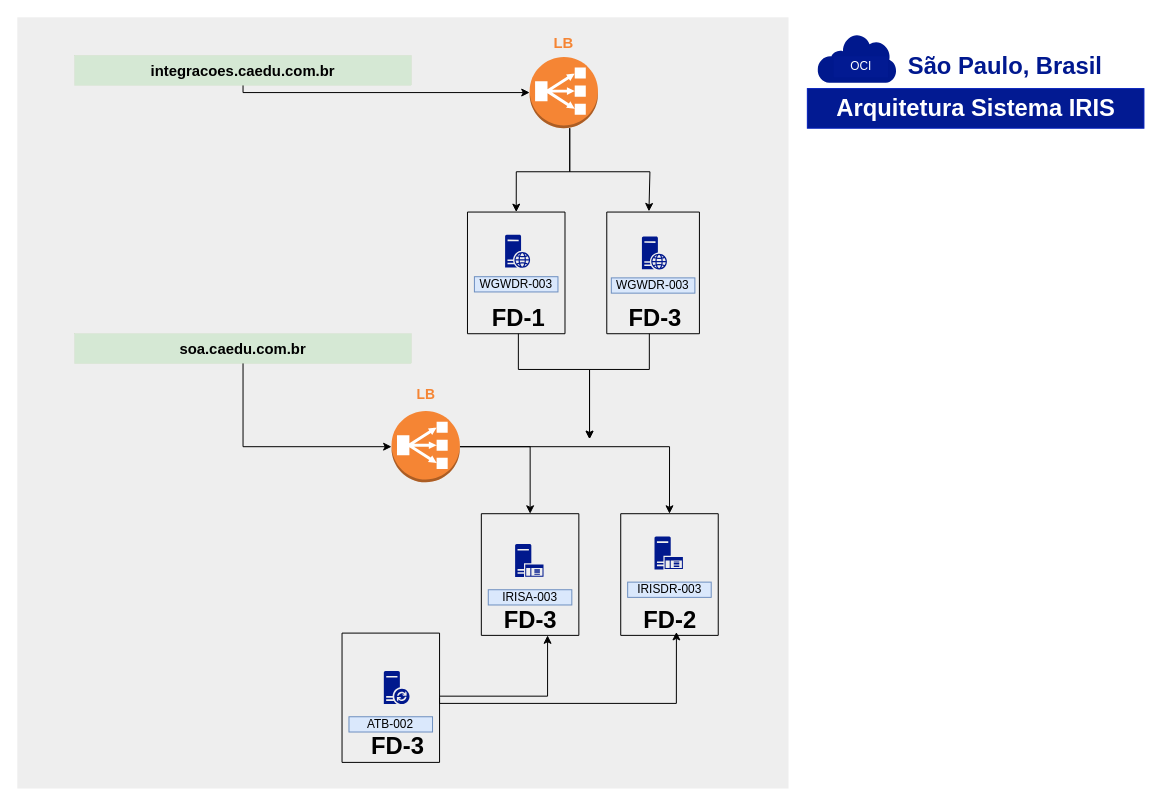
alexandre-vasconcelos/ubuntu keeps this draw.io diagram as page "Servers" (1 of 2) of Diagrama sem nome.drawio. Above is the earlier version. Source tidied: cells renumbered, new cells numbered last; positions are measured from the earlier drawing's top-left corner, leaving out a move shared by most shapes. Both pictures are drawn from the tidied source at 99%, with x=0, y=0 at pixel (17, 17).
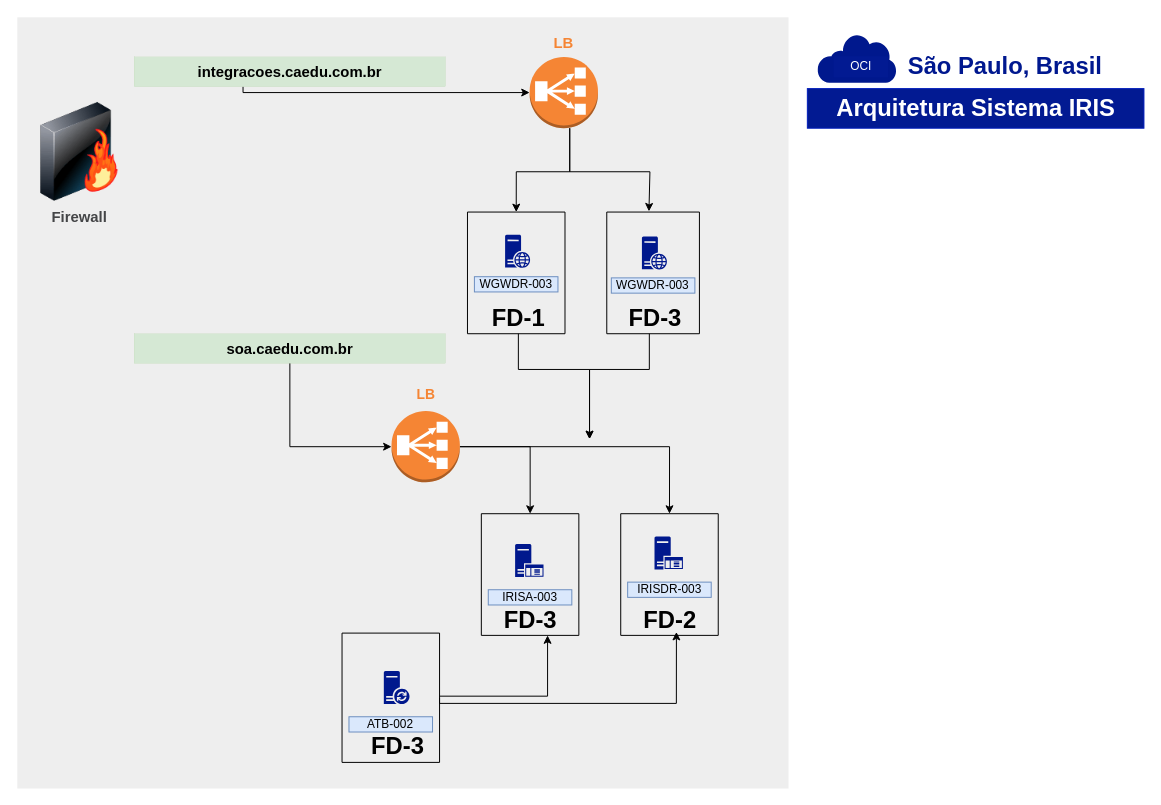
Above is the later version.

What changed in the source:
```diff
@@
     <mxCell id="6" value="&lt;h1 style=&quot;font-size: 15px;&quot;&gt;integracoes.caedu.com.br&lt;/h1&gt;" style="text;html=1;align=center;verticalAlign=middle;whiteSpace=wrap;rounded=0;strokeWidth=0;fontSize=15;fillColor=#d5e8d4;strokeColor=#82b366;" parent="1" vertex="1">
-      <mxGeometry x="58" y="38.6" width="340" height="30" as="geometry" />
+      <mxGeometry x="118" y="40" width="314.5" height="30" as="geometry" />
     </mxCell>
     <mxCell id="7" value="&lt;h1 style=&quot;font-size: 15px;&quot;&gt;soa.caedu.com.br&lt;/h1&gt;" style="text;html=1;align=center;verticalAlign=middle;whiteSpace=wrap;rounded=0;strokeWidth=0;fontSize=15;fillColor=#d5e8d4;strokeColor=#82b366;" parent="1" vertex="1">
-      <mxGeometry x="58" y="319.6" width="340" height="30" as="geometry" />
+      <mxGeometry x="118" y="319.6" width="314.5" height="30" as="geometry" />
     </mxCell>
@@
+    <mxCell id="44" style="image;html=1;image=img/lib/clip_art/networking/Firewall-page1_128x128.png;" parent="1" vertex="1">
+      <mxGeometry x="8" y="86" width="110" height="100" as="geometry" />
+    </mxCell>
+    <mxCell id="45" value="Firewall" style="text;html=1;align=center;verticalAlign=middle;whiteSpace=wrap;rounded=0;fontColor=#444547;fontStyle=1;fontSize=15;" parent="1" vertex="1">
+      <mxGeometry x="28" y="186" width="70" height="30.7" as="geometry" />
+    </mxCell>
```
